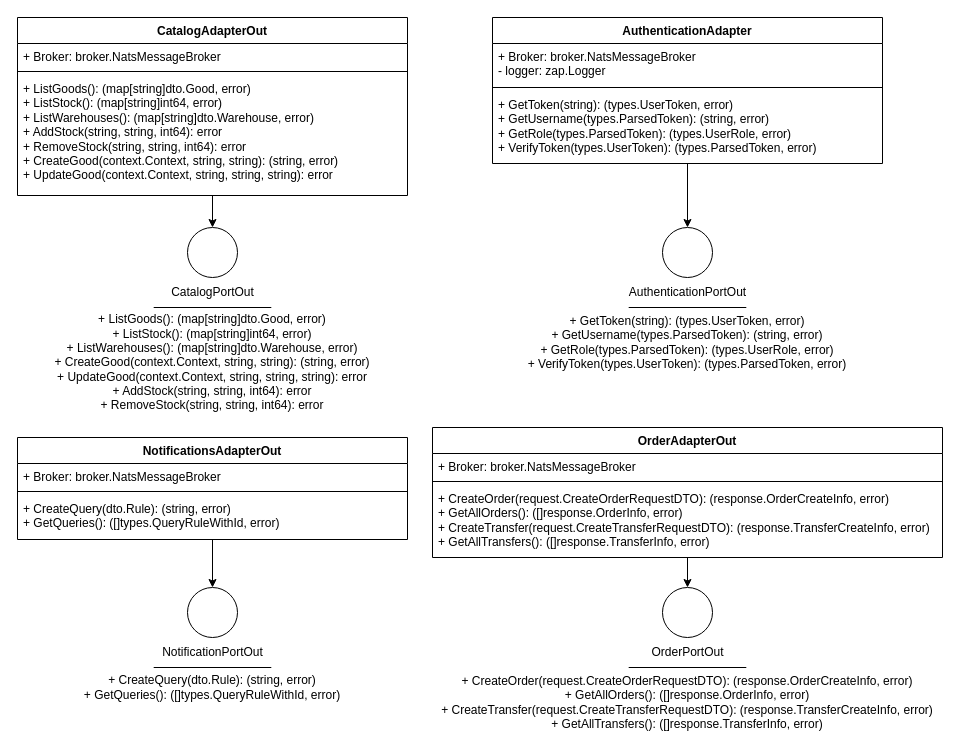
alimitedgroup/alimitedgroup.github.io keeps this draw.io diagram as page "adapterout" (4 of 4) of assets/drawio/apigateway.drawio. Above is the earlier version. Source tidied: cells renumbered, new cells numbered last; positions are measured from the earlier drawing's top-left corner, leaving out a move shared by most shapes. Both pictures are drawn from the tidied source at 100%, with x=0, y=0 at pixel (17, 17).
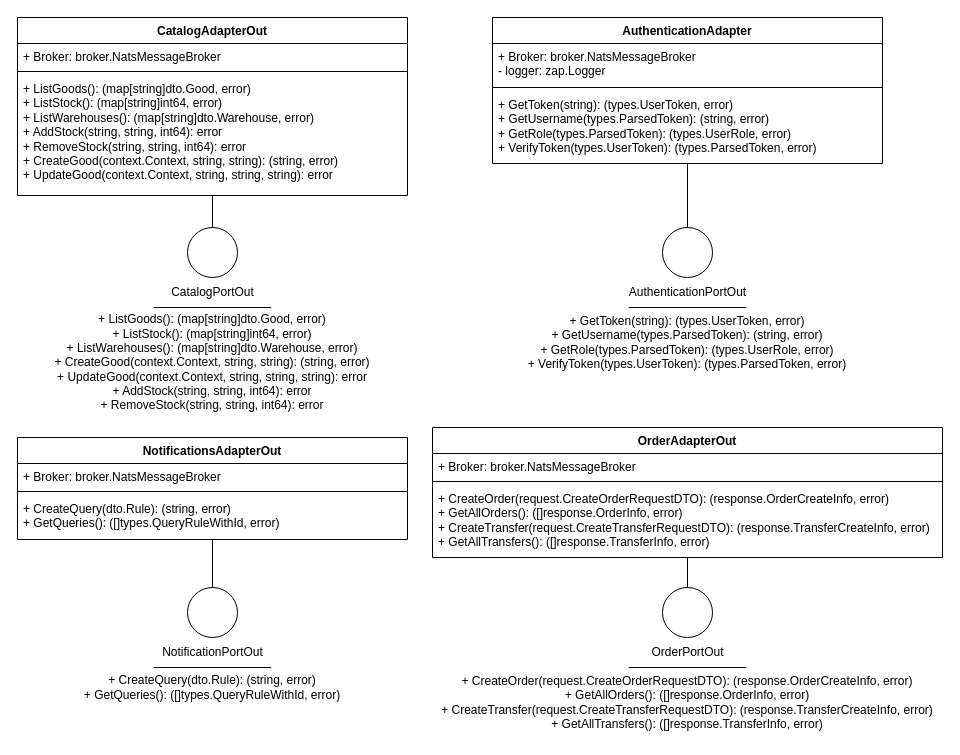
After the change.

The change refers to these unchanged cells:
```xml
<mxCell id="3" value="AuthenticationAdapter" style="swimlane;fontStyle=1;align=center;verticalAlign=top;horizontal=1;startSize=26;whiteSpace=wrap;html=1;" parent="1" vertex="1">
  <mxGeometry x="475" width="390" height="146" as="geometry" />
</mxCell>
<mxCell id="8" value="CatalogAdapterOut" style="swimlane;fontStyle=1;align=center;verticalAlign=top;horizontal=1;startSize=26;whiteSpace=wrap;html=1;" parent="1" vertex="1">
  <mxGeometry width="390" height="178" as="geometry" />
</mxCell>
<mxCell id="13" value="NotificationsAdapterOut" style="swimlane;fontStyle=1;align=center;verticalAlign=top;horizontal=1;startSize=26;whiteSpace=wrap;html=1;" parent="1" vertex="1">
  <mxGeometry y="420" width="390" height="102" as="geometry" />
</mxCell>
<mxCell id="18" value="OrderAdapterOut" style="swimlane;fontStyle=1;align=center;verticalAlign=top;horizontal=1;startSize=26;whiteSpace=wrap;html=1;" parent="1" vertex="1">
  <mxGeometry x="415" y="410" width="510" height="130" as="geometry" />
</mxCell>
<mxCell id="22" style="ellipse;whiteSpace=wrap;html=1;" parent="1" vertex="1">
  <mxGeometry x="645" y="210" width="50" height="50" as="geometry" />
</mxCell>
<mxCell id="26" style="ellipse;whiteSpace=wrap;html=1;" parent="1" vertex="1">
  <mxGeometry x="170" y="570" width="50" height="50" as="geometry" />
</mxCell>
<mxCell id="30" style="ellipse;whiteSpace=wrap;html=1;" parent="1" vertex="1">
  <mxGeometry x="170" y="210" width="50" height="50" as="geometry" />
</mxCell>
<mxCell id="34" style="ellipse;whiteSpace=wrap;html=1;" parent="1" vertex="1">
  <mxGeometry x="645" y="570" width="50" height="50" as="geometry" />
</mxCell>
```

Diff of the diagram source:
```diff
@@
-    <mxCell id="2" style="edgeStyle=orthogonalEdgeStyle;shape=connector;rounded=0;jettySize=auto;html=1;strokeColor=default;align=center;verticalAlign=middle;fontFamily=Helvetica;fontSize=11;fontColor=default;labelBackgroundColor=default;endArrow=classic;" parent="1" edge="1" source="3" target="22">
+    <mxCell id="2" style="edgeStyle=orthogonalEdgeStyle;shape=connector;rounded=0;jettySize=auto;html=1;strokeColor=default;align=center;verticalAlign=middle;fontFamily=Helvetica;fontSize=11;fontColor=default;labelBackgroundColor=default;endArrow=none;startFill=0;" parent="1" edge="1" source="3" target="22">
       <mxGeometry relative="1" as="geometry" />
     </mxCell>
@@
-    <mxCell id="7" style="edgeStyle=orthogonalEdgeStyle;shape=connector;rounded=0;jettySize=auto;html=1;strokeColor=default;align=center;verticalAlign=middle;fontFamily=Helvetica;fontSize=11;fontColor=default;labelBackgroundColor=default;endArrow=classic;" parent="1" edge="1" source="8" target="30">
+    <mxCell id="7" style="edgeStyle=orthogonalEdgeStyle;shape=connector;rounded=0;jettySize=auto;html=1;strokeColor=default;align=center;verticalAlign=middle;fontFamily=Helvetica;fontSize=11;fontColor=default;labelBackgroundColor=default;endArrow=none;startFill=0;" parent="1" edge="1" source="8" target="30">
       <mxGeometry relative="1" as="geometry" />
     </mxCell>
@@
-    <mxCell id="12" style="edgeStyle=orthogonalEdgeStyle;shape=connector;rounded=0;jettySize=auto;html=1;strokeColor=default;align=center;verticalAlign=middle;fontFamily=Helvetica;fontSize=11;fontColor=default;labelBackgroundColor=default;endArrow=classic;" parent="1" edge="1" source="13" target="26">
+    <mxCell id="12" style="edgeStyle=orthogonalEdgeStyle;shape=connector;rounded=0;jettySize=auto;html=1;strokeColor=default;align=center;verticalAlign=middle;fontFamily=Helvetica;fontSize=11;fontColor=default;labelBackgroundColor=default;endArrow=none;startFill=0;" parent="1" edge="1" source="13" target="26">
       <mxGeometry relative="1" as="geometry" />
     </mxCell>
@@
-    <mxCell id="17" style="edgeStyle=orthogonalEdgeStyle;shape=connector;rounded=0;jettySize=auto;html=1;strokeColor=default;align=center;verticalAlign=middle;fontFamily=Helvetica;fontSize=11;fontColor=default;labelBackgroundColor=default;endArrow=classic;" parent="1" edge="1" source="18" target="34">
+    <mxCell id="17" style="edgeStyle=orthogonalEdgeStyle;shape=connector;rounded=0;jettySize=auto;html=1;strokeColor=default;align=center;verticalAlign=middle;fontFamily=Helvetica;fontSize=11;fontColor=default;labelBackgroundColor=default;endArrow=none;startFill=0;" parent="1" edge="1" source="18" target="34">
       <mxGeometry relative="1" as="geometry" />
     </mxCell>
```
